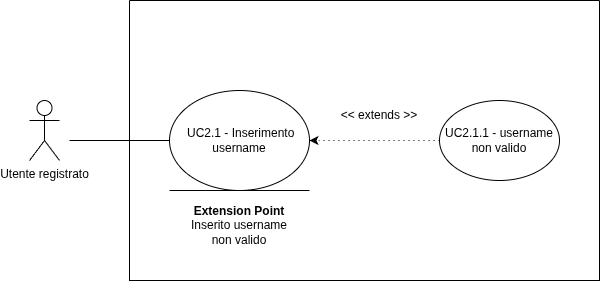
This is assets/diagrams/UC2_1.png from SkarabGroup/DocumentazioneProgetto, a draw.io export, as it was before one commit. Source tidied: cells renumbered, new cells last; positions are measured from the earlier drawing's top-left corner, leaving out a move shared by most shapes.
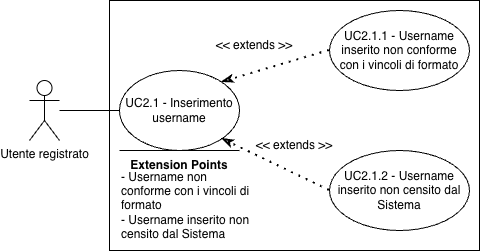
After the change.

What changed in the source:
```diff
@@ -3,36 +3,46 @@
     <mxCell id="0" />
     <mxCell id="1" parent="0" />
     <mxCell id="2" value="Utente registrato" style="shape=umlActor;verticalLabelPosition=bottom;verticalAlign=top;html=1;outlineConnect=0;" parent="1" vertex="1">
-      <mxGeometry y="100" width="30" height="60" as="geometry" />
+      <mxGeometry x="90" y="90" width="30" height="60" as="geometry" />
     </mxCell>
-    <mxCell id="3" style="edgeStyle=orthogonalEdgeStyle;rounded=0;jettySize=auto;html=1;shape=wire;dashed=1;endArrow=none;endFill=0;" parent="1" edge="1" source="4">
-      <mxGeometry relative="1" as="geometry">
-        <mxPoint x="40" y="140" as="targetPoint" />
-      </mxGeometry>
-    </mxCell>
+    <mxCell id="11" style="rounded=0;whiteSpace=wrap;html=1;" parent="1" vertex="1">
+      <mxGeometry x="170" y="10" width="370" height="250" as="geometry" />
+    </mxCell>
-    <mxCell id="4" value="&amp;nbsp;UC2.1 - Inserimento username" style="ellipse;whiteSpace=wrap;html=1;" parent="1" vertex="1">
-      <mxGeometry x="140" y="90" width="140" height="100" as="geometry" />
+    <mxCell id="4" value="UC2.1 - Inserimento username" style="ellipse;whiteSpace=wrap;html=1;" parent="1" vertex="1">
+      <mxGeometry x="180" y="80" width="120" height="80" as="geometry" />
     </mxCell>
-    <mxCell id="5" style="swimlane;startSize=0;" parent="1" vertex="1">
-      <mxGeometry x="100" width="470" height="280" as="geometry" />
-    </mxCell>
-    <mxCell id="6" value="UC2.1.1 - username non valido" style="ellipse;whiteSpace=wrap;html=1;" parent="5" vertex="1">
-      <mxGeometry x="310" y="100" width="120" height="80" as="geometry" />
-    </mxCell>
-    <mxCell id="7" value="&amp;lt;&amp;lt; extends &amp;gt;&amp;gt;" style="text;html=1;whiteSpace=wrap;strokeColor=none;fillColor=none;align=center;verticalAlign=middle;rounded=0;" parent="5" vertex="1">
-      <mxGeometry x="210" y="100" width="80" height="30" as="geometry" />
-    </mxCell>
-    <mxCell id="8" style="endArrow=none;html=1;rounded=0;" parent="5" edge="1">
-      <mxGeometry relative="1" as="geometry">
-        <mxPoint x="40" y="190" as="sourcePoint" />
-        <mxPoint x="180" y="190" as="targetPoint" />
-      </mxGeometry>
-    </mxCell>
-    <mxCell id="9" value="Extension Point&lt;div&gt;&lt;span style=&quot;font-weight: normal;&quot;&gt;Inserito username non valido&lt;/span&gt;&lt;/div&gt;" style="text;html=1;whiteSpace=wrap;strokeColor=none;fillColor=none;align=center;verticalAlign=middle;rounded=0;fontStyle=1;" parent="5" vertex="1">
-      <mxGeometry x="60" y="200" width="100" height="50" as="geometry" />
-    </mxCell>
-    <mxCell id="10" style="edgeStyle=orthogonalEdgeStyle;rounded=0;jettySize=auto;html=1;entryX=1;entryY=0.5;entryDx=0;entryDy=0;dashed=1;dashPattern=1 4;" parent="1" edge="1" source="6" target="4">
-      <mxGeometry relative="1" as="geometry" />
-    </mxCell>
+    <mxCell id="12" value="UC2.1.1 - Username inserito non conforme con i vincoli di formato" style="ellipse;whiteSpace=wrap;html=1;" parent="1" vertex="1">
+      <mxGeometry x="390" y="20" width="140" height="80" as="geometry" />
+    </mxCell>
+    <mxCell id="13" style="endArrow=classicThin;dashed=1;html=1;dashPattern=1 3;strokeWidth=2;rounded=0;entryX=1;entryY=0;entryDx=0;entryDy=0;exitX=0;exitY=0.5;exitDx=0;exitDy=0;endFill=0;startArrow=none;startFill=0;" parent="1" edge="1" source="12" target="4">
+      <mxGeometry relative="1" as="geometry" />
+    </mxCell>
+    <mxCell id="14" style="endArrow=none;html=1;rounded=0;entryX=0;entryY=0.5;entryDx=0;entryDy=0;" parent="1" edge="1" source="2" target="4">
+      <mxGeometry relative="1" as="geometry" />
+    </mxCell>
+    <mxCell id="15" value="&amp;lt;&amp;lt; extends &amp;gt;&amp;gt;" style="text;html=1;whiteSpace=wrap;strokeColor=none;fillColor=none;align=center;verticalAlign=middle;rounded=0;" parent="1" vertex="1">
+      <mxGeometry x="270" y="40" width="90" height="30" as="geometry" />
+    </mxCell>
+    <mxCell id="16" value="&lt;b&gt;Extension Points&lt;/b&gt;" style="text;html=1;whiteSpace=wrap;strokeColor=none;fillColor=none;align=center;verticalAlign=middle;rounded=0;" parent="1" vertex="1">
+      <mxGeometry x="180" y="160" width="120" height="30" as="geometry" />
+    </mxCell>
+    <mxCell id="17" style="endArrow=none;html=1;rounded=0;" parent="1" edge="1">
+      <mxGeometry relative="1" as="geometry">
+        <mxPoint x="180" y="160" as="sourcePoint" />
+        <mxPoint x="300" y="160" as="targetPoint" />
+      </mxGeometry>
+    </mxCell>
+    <mxCell id="18" value="- Username non conforme con i vincoli di formato&lt;div&gt;- Username inserito non censito dal Sistema&lt;/div&gt;" style="text;html=1;whiteSpace=wrap;strokeColor=none;fillColor=none;align=left;verticalAlign=middle;rounded=0;" parent="1" vertex="1">
+      <mxGeometry x="180" y="180" width="140" height="70" as="geometry" />
+    </mxCell>
+    <mxCell id="19" value="UC2.1.2 - Username inserito non censito dal Sistema" style="ellipse;whiteSpace=wrap;html=1;" parent="1" vertex="1">
+      <mxGeometry x="390" y="160" width="140" height="80" as="geometry" />
+    </mxCell>
+    <mxCell id="20" style="endArrow=classicThin;dashed=1;html=1;dashPattern=1 3;strokeWidth=2;rounded=0;entryX=1;entryY=1;entryDx=0;entryDy=0;exitX=0;exitY=0.5;exitDx=0;exitDy=0;endFill=0;startArrow=none;startFill=0;" parent="1" edge="1" source="19" target="4">
+      <mxGeometry relative="1" as="geometry" />
+    </mxCell>
+    <mxCell id="21" value="&amp;lt;&amp;lt; extends &amp;gt;&amp;gt;" style="text;html=1;whiteSpace=wrap;strokeColor=none;fillColor=none;align=center;verticalAlign=middle;rounded=0;" parent="1" vertex="1">
+      <mxGeometry x="310" y="140" width="90" height="30" as="geometry" />
+    </mxCell>
   </root>
 </mxGraphModel>
```
